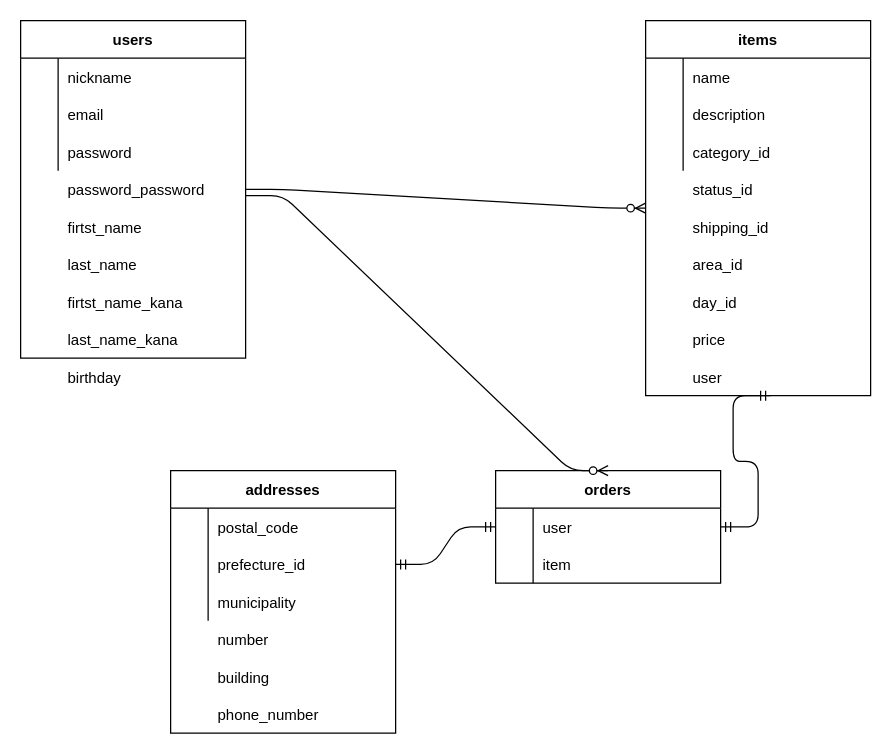
yuto730/furima-31141 keeps this draw.io diagram as furima.dio. Above is the earlier version. Source tidied: cells renumbered, new cells numbered last; positions are measured from the earlier drawing's top-left corner, leaving out a move shared by most shapes. Both pictures are drawn from the tidied source at 125%, with x=0, y=0 at pixel (20, 20).
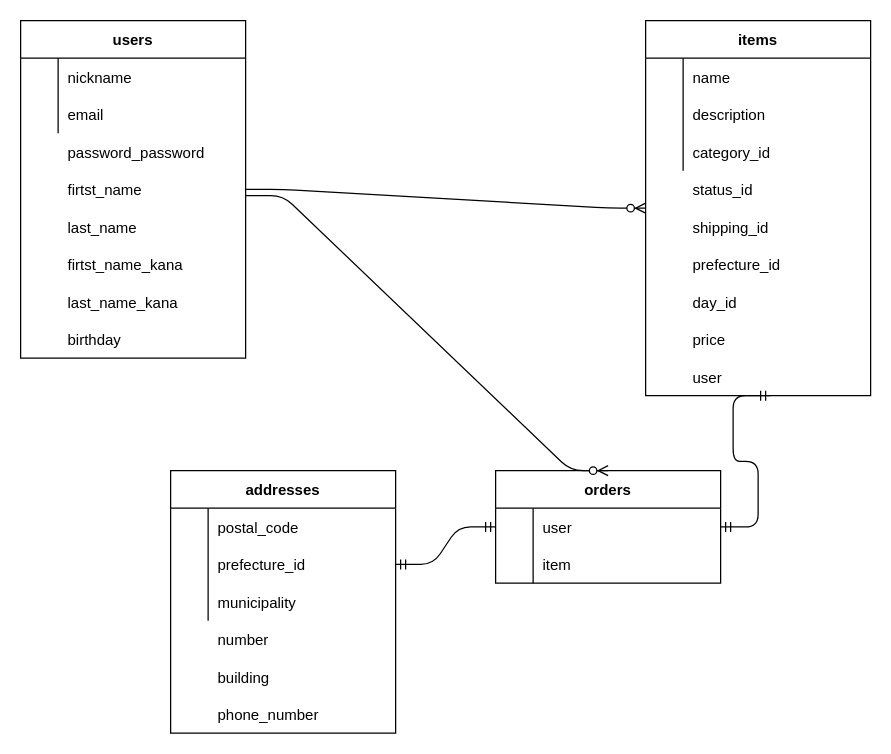
The same diagram, later.

Commit message (it also covers changes not shown here):
データベース設計_修正3

Unchanged cells that the change refers to:
```xml
<mxCell id="2" value="users" style="shape=table;startSize=30;childLayout=tableLayout;rowLines=0;fontStyle=1;align=center;" parent="1" vertex="1">
  <mxGeometry width="180" height="270" as="geometry" />
</mxCell>
```

What changed in the source:
```diff
@@
-    <mxCell id="9" style="shape=partialRectangle;fillColor=none;top=0;left=0;bottom=0;right=0;" parent="2" vertex="1">
-      <mxGeometry y="90" width="180" height="30" as="geometry" />
-    </mxCell>
-    <mxCell id="10" style="shape=partialRectangle;fillColor=none;top=0;left=0;bottom=0;right=0;overflow=hidden;" parent="9" vertex="1">
-      <mxGeometry width="30" height="30" as="geometry" />
-    </mxCell>
-    <mxCell id="11" value="password" style="shape=partialRectangle;fillColor=none;top=0;left=0;bottom=0;right=0;align=left;spacingLeft=6;overflow=hidden;" parent="9" vertex="1">
-      <mxGeometry x="30" width="150" height="30" as="geometry" />
-    </mxCell>
@@
-    <mxCell id="24" value="area_id" style="shape=partialRectangle;fillColor=none;top=0;left=0;bottom=0;right=0;align=left;spacingLeft=6;overflow=hidden;" parent="1" vertex="1">
+    <mxCell id="24" value="prefecture_id" style="shape=partialRectangle;fillColor=none;top=0;left=0;bottom=0;right=0;align=left;spacingLeft=6;overflow=hidden;" parent="1" vertex="1">
       <mxGeometry x="530" y="180" width="150" height="30" as="geometry" />
     </mxCell>
@@
     <mxCell id="27" value="firtst_name" style="shape=partialRectangle;fillColor=none;top=0;left=0;bottom=0;right=0;align=left;spacingLeft=6;overflow=hidden;" parent="1" vertex="1">
-      <mxGeometry x="30" y="150" width="150" height="30" as="geometry" />
+      <mxGeometry x="30" y="120" width="150" height="30" as="geometry" />
     </mxCell>
     <mxCell id="28" value="last_name" style="shape=partialRectangle;fillColor=none;top=0;left=0;bottom=0;right=0;align=left;spacingLeft=6;overflow=hidden;" parent="1" vertex="1">
-      <mxGeometry x="30" y="180" width="150" height="30" as="geometry" />
+      <mxGeometry x="30" y="150" width="150" height="30" as="geometry" />
     </mxCell>
     <mxCell id="29" value="firtst_name_kana" style="shape=partialRectangle;fillColor=none;top=0;left=0;bottom=0;right=0;align=left;spacingLeft=6;overflow=hidden;" parent="1" vertex="1">
-      <mxGeometry x="30" y="210" width="150" height="30" as="geometry" />
+      <mxGeometry x="30" y="180" width="150" height="30" as="geometry" />
     </mxCell>
     <mxCell id="30" value="last_name_kana" style="shape=partialRectangle;fillColor=none;top=0;left=0;bottom=0;right=0;align=left;spacingLeft=6;overflow=hidden;" parent="1" vertex="1">
-      <mxGeometry x="30" y="240" width="150" height="30" as="geometry" />
+      <mxGeometry x="30" y="210" width="150" height="30" as="geometry" />
     </mxCell>
     <mxCell id="31" value="birthday" style="shape=partialRectangle;fillColor=none;top=0;left=0;bottom=0;right=0;align=left;spacingLeft=6;overflow=hidden;" parent="1" vertex="1">
-      <mxGeometry x="30" y="270" width="150" height="30" as="geometry" />
+      <mxGeometry x="30" y="240" width="150" height="30" as="geometry" />
     </mxCell>
@@
     <mxCell id="59" value="password_password" style="shape=partialRectangle;fillColor=none;top=0;left=0;bottom=0;right=0;align=left;spacingLeft=6;overflow=hidden;" parent="1" vertex="1">
-      <mxGeometry x="30" y="120" width="150" height="30" as="geometry" />
+      <mxGeometry x="30" y="90" width="150" height="30" as="geometry" />
     </mxCell>
```
